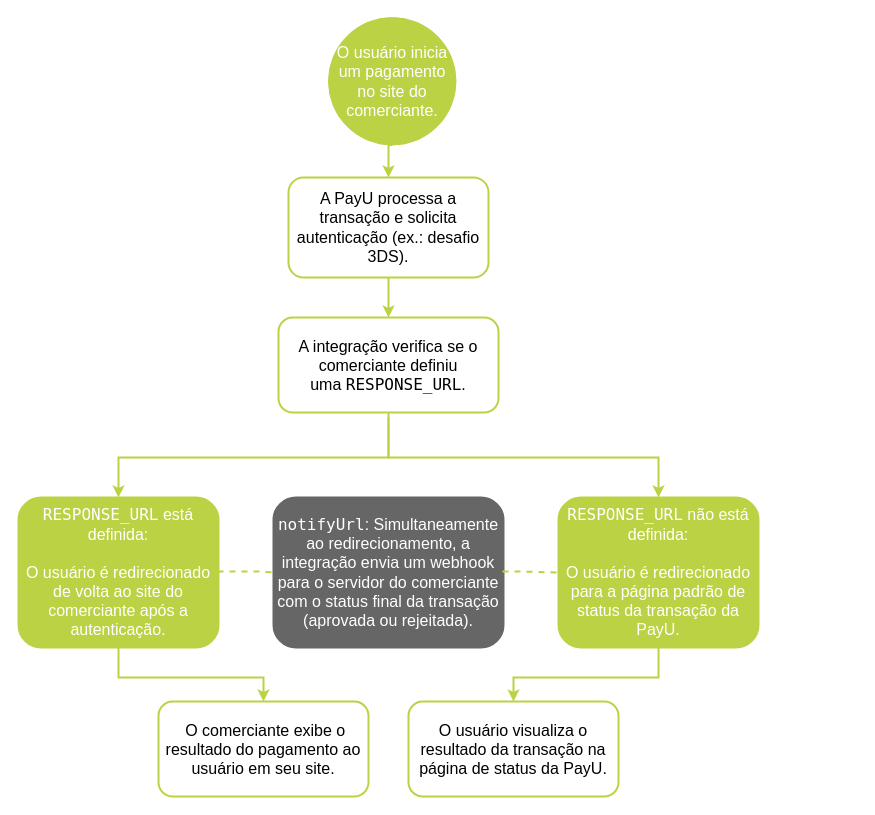
Before: layouts/shortcodes/3dsAuth/3dsflow_pt.drawio in tatianaacostag/DevelopersDoc_site, a draw.io diagram. Source tidied: cells renumbered, new cells numbered last; positions are measured from the earlier drawing's top-left corner, leaving out a move shared by most shapes. Both pictures are drawn from the tidied source at 100%, with x=0, y=0 at pixel (18, 17).
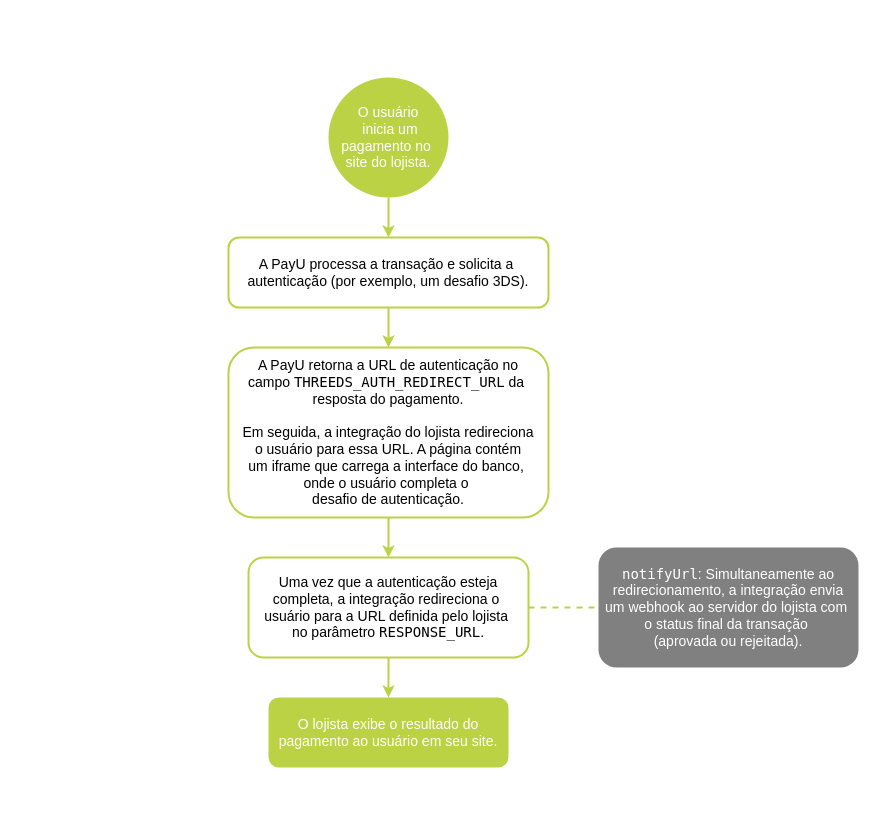
The same diagram, later.

Change to the diagram source:
```diff
@@
-    <mxCell id="2" style="edgeStyle=orthogonalEdgeStyle;rounded=0;jettySize=auto;html=1;exitX=0.5;exitY=1;exitDx=0;exitDy=0;entryX=0.5;entryY=0;entryDx=0;entryDy=0;strokeColor=#BCD245;strokeWidth=2;" parent="1" edge="1" source="7" target="4">
-      <mxGeometry relative="1" as="geometry" />
-    </mxCell>
-    <mxCell id="3" style="edgeStyle=orthogonalEdgeStyle;rounded=0;jettySize=auto;html=1;exitX=0.5;exitY=1;exitDx=0;exitDy=0;entryX=0.5;entryY=0;entryDx=0;entryDy=0;strokeColor=#BCD245;strokeWidth=2;" parent="1" edge="1" source="4" target="5">
-      <mxGeometry relative="1" as="geometry" />
-    </mxCell>
-    <mxCell id="4" value="&lt;font style=&quot;font-size: 16px;&quot;&gt;A PayU processa a transação e solicita autenticação (ex.: desafio 3DS).&lt;/font&gt;" style="rounded=1;whiteSpace=wrap;html=1;strokeColor=#BCD245;strokeWidth=2;" parent="1" vertex="1">
-      <mxGeometry x="270" y="160" width="200" height="100" as="geometry" />
-    </mxCell>
-    <mxCell id="5" value="&lt;font style=&quot;font-size: 16px;&quot;&gt;A integração verifica se o comerciante definiu uma&lt;font style=&quot;&quot; face=&quot;Arial, sans-serif&quot;&gt;&amp;nbsp;&lt;/font&gt;&lt;font style=&quot;&quot; face=&quot;Lucida Console&quot;&gt;RESPONSE_URL&lt;/font&gt;&lt;font style=&quot;&quot; face=&quot;Arial, sans-serif&quot;&gt;.&lt;/font&gt;&lt;/font&gt;" style="rounded=1;whiteSpace=wrap;html=1;strokeColor=#BCD245;strokeWidth=2;" parent="1" vertex="1">
-      <mxGeometry x="260" y="300" width="220" height="95" as="geometry" />
-    </mxCell>
-    <mxCell id="6" style="edgeStyle=orthogonalEdgeStyle;rounded=0;jettySize=auto;html=1;entryX=0.5;entryY=1;entryDx=0;entryDy=0;strokeColor=#BCD245;endArrow=none;endFill=0;strokeWidth=2;exitX=0.5;exitY=0;exitDx=0;exitDy=0;startArrow=classic;startFill=1;" parent="1" edge="1" source="8" target="5">
-      <mxGeometry relative="1" as="geometry">
-        <Array as="points">
-          <mxPoint x="100" y="440" />
-          <mxPoint x="370" y="440" />
-        </Array>
-      </mxGeometry>
-    </mxCell>
-    <mxCell id="7" value="&lt;div&gt;&lt;span style=&quot;background-color: transparent; color: light-dark(rgb(255, 255, 255), rgb(18, 18, 18)); font-size: 16px;&quot;&gt;O usuário inicia um pagamento no site do comerciante.&lt;/span&gt;&lt;/div&gt;" style="ellipse;whiteSpace=wrap;html=1;strokeColor=#BCD245;fillColor=#BCD245;" parent="1" vertex="1">
-      <mxGeometry x="310" width="127.5" height="127.5" as="geometry" />
-    </mxCell>
-    <mxCell id="8" value="&lt;div&gt;&lt;font style=&quot;font-size: 16px;&quot; color=&quot;#ffffff&quot;&gt;&lt;font style=&quot;&quot; face=&quot;Lucida Console&quot;&gt;RESPONSE_URL&lt;/font&gt;&lt;font style=&quot;&quot; face=&quot;Arial, sans-serif&quot;&gt;&amp;nbsp;&lt;/font&gt;&lt;/font&gt;&lt;span style=&quot;background-color: transparent; color: light-dark(rgb(255, 255, 255), rgb(18, 18, 18)); font-family: Arial, sans-serif; font-size: 16px;&quot;&gt;está definida:&lt;/span&gt;&lt;/div&gt;&lt;div&gt;&lt;div&gt;&lt;font style=&quot;font-size: 16px;&quot; color=&quot;#ffffff&quot;&gt;&lt;br style=&quot;font-family: Arial, sans-serif;&quot;&gt;O usuário é redirecionado de volta ao site do comerciante após a autenticação&lt;/font&gt;&lt;span style=&quot;font-family: Arial, sans-serif; color: light-dark(rgb(255, 255, 255), rgb(18, 18, 18)); font-size: 16px; background-color: transparent;&quot;&gt;.&lt;/span&gt;&lt;/div&gt;&lt;/div&gt;" style="rounded=1;whiteSpace=wrap;html=1;strokeColor=#BCD245;strokeWidth=2;fillColor=#BCD245;" parent="1" vertex="1">
-      <mxGeometry y="480" width="200" height="150" as="geometry" />
-    </mxCell>
-    <mxCell id="9" style="edgeStyle=orthogonalEdgeStyle;rounded=0;jettySize=auto;html=1;strokeColor=#BCD245;endArrow=none;endFill=0;strokeWidth=2;exitX=0.5;exitY=0;exitDx=0;exitDy=0;startArrow=classic;startFill=1;" parent="1" edge="1" source="10">
-      <mxGeometry relative="1" as="geometry">
-        <mxPoint x="370" y="400" as="targetPoint" />
-        <Array as="points">
-          <mxPoint x="640" y="440" />
-          <mxPoint x="370" y="440" />
-        </Array>
-      </mxGeometry>
-    </mxCell>
-    <mxCell id="10" value="&lt;div&gt;&lt;font style=&quot;font-size: 16px;&quot; color=&quot;#ffffff&quot;&gt;&lt;font style=&quot;&quot; face=&quot;Lucida Console&quot;&gt;RESPONSE_URL&lt;/font&gt;&lt;font style=&quot;&quot; face=&quot;Arial, sans-serif&quot;&gt;&amp;nbsp;&lt;/font&gt;não está definida&lt;font style=&quot;&quot; face=&quot;Arial, sans-serif&quot;&gt;:&lt;/font&gt;&lt;/font&gt;&lt;div&gt;&lt;font style=&quot;font-size: 16px;&quot; color=&quot;#ffffff&quot;&gt;&lt;br style=&quot;font-family: Arial, sans-serif;&quot;&gt;O usuário é redirecionado para a página padrão de status da transação da PayU&lt;span style=&quot;font-family: Arial, sans-serif;&quot;&gt;.&lt;/span&gt;&lt;/font&gt;&lt;/div&gt;&lt;/div&gt;" style="rounded=1;whiteSpace=wrap;html=1;strokeColor=#BCD245;strokeWidth=2;fillColor=#BCD245;" parent="1" vertex="1">
-      <mxGeometry x="540" y="480" width="200" height="150" as="geometry" />
-    </mxCell>
-    <mxCell id="11" value="&lt;font style=&quot;font-size: 16px;&quot;&gt;&amp;nbsp;O comerciante exibe o resultado do pagamento ao usuário em seu site.&lt;/font&gt;" style="rounded=1;whiteSpace=wrap;html=1;strokeColor=#BCD245;strokeWidth=2;" parent="1" vertex="1">
-      <mxGeometry x="140" y="684" width="210" height="95" as="geometry" />
-    </mxCell>
-    <mxCell id="12" style="edgeStyle=orthogonalEdgeStyle;rounded=0;jettySize=auto;html=1;entryX=0.5;entryY=0;entryDx=0;entryDy=0;strokeColor=#BCD245;strokeWidth=2;exitX=0.5;exitY=1;exitDx=0;exitDy=0;" parent="1" edge="1" source="8" target="11">
-      <mxGeometry relative="1" as="geometry">
-        <Array as="points">
-          <mxPoint x="100" y="660" />
-          <mxPoint x="245" y="660" />
-        </Array>
-      </mxGeometry>
-    </mxCell>
-    <mxCell id="13" value="&lt;font style=&quot;font-size: 16px;&quot;&gt;O usuário visualiza o resultado da transação na página de status da PayU.&lt;/font&gt;" style="rounded=1;whiteSpace=wrap;html=1;strokeColor=#BCD245;strokeWidth=2;" parent="1" vertex="1">
-      <mxGeometry x="390" y="684" width="210" height="95" as="geometry" />
-    </mxCell>
-    <mxCell id="14" style="edgeStyle=orthogonalEdgeStyle;rounded=0;jettySize=auto;html=1;entryX=0.5;entryY=0;entryDx=0;entryDy=0;strokeColor=#BCD245;strokeWidth=2;exitX=0.5;exitY=1;exitDx=0;exitDy=0;" parent="1" edge="1" source="10" target="13">
-      <mxGeometry relative="1" as="geometry">
-        <Array as="points">
-          <mxPoint x="640" y="660" />
-          <mxPoint x="495" y="660" />
-        </Array>
-      </mxGeometry>
-    </mxCell>
-    <mxCell id="15" value="&lt;font style=&quot;font-size: 16px;&quot; color=&quot;#ffffff&quot;&gt;&lt;font style=&quot;&quot; face=&quot;Lucida Console&quot;&gt;notifyUrl&lt;/font&gt;&lt;span style=&quot;font-family: Arial, sans-serif;&quot;&gt;:&lt;/span&gt;&lt;strong style=&quot;font-family: Arial, sans-serif;&quot;&gt; &lt;/strong&gt;&lt;/font&gt;&lt;font style=&quot;font-size: 16px;&quot; color=&quot;#ffffff&quot;&gt;Simultaneamente ao redirecionamento, a integração envia um webhook para o servidor do comerciante com o status final da transação (aprovada ou rejeitada).&lt;/font&gt;" style="rounded=1;whiteSpace=wrap;html=1;strokeColor=#666666;strokeWidth=2;fillColor=#666666;" parent="1" vertex="1">
-      <mxGeometry x="255" y="480" width="230" height="150" as="geometry" />
-    </mxCell>
-    <mxCell id="16" style="edgeStyle=orthogonalEdgeStyle;rounded=0;jettySize=auto;html=1;entryX=0;entryY=0.5;entryDx=0;entryDy=0;strokeColor=#BCD245;endArrow=none;endFill=0;dashed=1;strokeWidth=2;exitX=1;exitY=0.5;exitDx=0;exitDy=0;startArrow=none;startFill=0;" parent="1" edge="1" source="8" target="15">
-      <mxGeometry relative="1" as="geometry">
-        <Array as="points">
-          <mxPoint x="240" y="554" />
-          <mxPoint x="240" y="554" />
-        </Array>
-      </mxGeometry>
-    </mxCell>
-    <mxCell id="17" style="edgeStyle=orthogonalEdgeStyle;rounded=0;jettySize=auto;html=1;strokeColor=#BCD245;endArrow=none;endFill=0;dashed=1;strokeWidth=2;startArrow=none;startFill=0;exitX=1;exitY=0.5;exitDx=0;exitDy=0;entryX=0;entryY=0.5;entryDx=0;entryDy=0;" parent="1" edge="1" source="15" target="10">
-      <mxGeometry relative="1" as="geometry">
-        <Array as="points">
-          <mxPoint x="500" y="554" />
-          <mxPoint x="545" y="554" />
-        </Array>
-      </mxGeometry>
-    </mxCell>
+    <mxCell id="18" style="edgeStyle=orthogonalEdgeStyle;rounded=0;jettySize=auto;html=1;entryX=0.5;entryY=0;entryDx=0;entryDy=0;strokeColor=#BCD245;strokeWidth=2;" parent="1" edge="1" source="19" target="21">
+      <mxGeometry relative="1" as="geometry" />
+    </mxCell>
+    <mxCell id="19" value="&lt;span style=&quot;background-color: transparent; color: light-dark(rgb(255, 255, 255), rgb(18, 18, 18)); font-size: 14px;&quot;&gt;O usuário&lt;/span&gt;&lt;div&gt;&lt;span style=&quot;color: light-dark(rgb(255, 255, 255), rgb(18, 18, 18)); font-size: 14px; background-color: transparent;&quot;&gt;&amp;nbsp;inicia um&lt;/span&gt;&lt;/div&gt;&lt;div&gt;&lt;span style=&quot;color: light-dark(rgb(255, 255, 255), rgb(18, 18, 18)); font-size: 14px; background-color: transparent;&quot;&gt;pagamento no&amp;nbsp;&lt;/span&gt;&lt;/div&gt;&lt;div&gt;&lt;font style=&quot;background-color: transparent; color: light-dark(rgb(0, 0, 0), rgb(255, 255, 255)); font-size: 14px;&quot;&gt;&lt;font style=&quot;color: rgb(255, 255, 255);&quot;&gt;site&amp;nbsp;&lt;/font&gt;&lt;font style=&quot;background-color: transparent; color: rgb(255, 255, 255);&quot;&gt;do lojista&lt;/font&gt;&lt;/font&gt;&lt;font style=&quot;background-color: transparent; color: rgb(255, 255, 255); font-size: 14px;&quot;&gt;.&lt;/font&gt;&lt;/div&gt;" style="ellipse;whiteSpace=wrap;html=1;fillColor=#BCD245;strokeColor=none;" parent="1" vertex="1">
+      <mxGeometry x="310" y="60" width="120" height="120" as="geometry" />
+    </mxCell>
+    <mxCell id="20" style="edgeStyle=orthogonalEdgeStyle;rounded=0;jettySize=auto;html=1;exitX=0.5;exitY=1;exitDx=0;exitDy=0;strokeWidth=2;strokeColor=#BCD245;" parent="1" edge="1" source="21" target="23">
+      <mxGeometry relative="1" as="geometry" />
+    </mxCell>
+    <mxCell id="21" value="&lt;font style=&quot;&quot;&gt;&lt;font style=&quot;font-size: 14px;&quot;&gt;&lt;font style=&quot;&quot;&gt;A PayU processa a transação e solicita a&amp;nbsp;&lt;br&gt;&lt;/font&gt;&lt;span style=&quot;background-color: transparent; color: light-dark(rgb(0, 0, 0), rgb(255, 255, 255));&quot;&gt;autenticação (por exemplo, um desafio 3DS)&lt;/span&gt;.&lt;/font&gt;&lt;/font&gt;" style="rounded=1;whiteSpace=wrap;html=1;strokeColor=#BCD245;strokeWidth=2;" parent="1" vertex="1">
+      <mxGeometry x="210" y="220" width="320" height="70" as="geometry" />
+    </mxCell>
+    <mxCell id="22" style="edgeStyle=orthogonalEdgeStyle;rounded=0;jettySize=auto;html=1;entryX=0.5;entryY=0;entryDx=0;entryDy=0;strokeWidth=2;strokeColor=#BCD245;" parent="1" edge="1" source="23" target="26">
+      <mxGeometry relative="1" as="geometry" />
+    </mxCell>
+    <mxCell id="23" value="&lt;font style=&quot;font-size: 14px;&quot;&gt;A PayU retorna a URL de autenticação no campo&amp;nbsp;&lt;font face=&quot;Lucida Console&quot;&gt;THREEDS_AUTH_REDIRECT_URL&lt;/font&gt;&amp;nbsp;&lt;/font&gt;&lt;span style=&quot;background-color: transparent; color: light-dark(rgb(0, 0, 0), rgb(255, 255, 255)); font-size: 14px;&quot;&gt;da&amp;nbsp;&lt;/span&gt;&lt;div&gt;&lt;div&gt;&lt;font style=&quot;font-size: 14px;&quot;&gt;&lt;span style=&quot;background-color: transparent; color: light-dark(rgb(0, 0, 0), rgb(255, 255, 255));&quot;&gt;resposta do pagamento&lt;/span&gt;&lt;span style=&quot;background-color: transparent; color: light-dark(rgb(0, 0, 0), rgb(255, 255, 255));&quot;&gt;.&lt;/span&gt;&lt;/font&gt;&lt;/div&gt;&lt;div&gt;&lt;span style=&quot;font-size: 14px;&quot;&gt;&lt;br&gt;&lt;/span&gt;&lt;/div&gt;&lt;div&gt;&lt;font style=&quot;font-size: 14px;&quot;&gt;&lt;span style=&quot;background-color: transparent; color: light-dark(rgb(0, 0, 0), rgb(255, 255, 255));&quot;&gt;Em seguida, a integração do lojista redireciona&lt;/span&gt;&lt;/font&gt;&lt;/div&gt;&lt;div&gt;&lt;font style=&quot;font-size: 14px;&quot;&gt;&lt;span style=&quot;background-color: transparent; color: light-dark(rgb(0, 0, 0), rgb(255, 255, 255));&quot;&gt;o usuário para essa URL. A página contém um&amp;nbsp;&lt;/span&gt;&lt;span style=&quot;background-color: transparent; color: light-dark(rgb(0, 0, 0), rgb(255, 255, 255));&quot;&gt;iframe&lt;/span&gt;&lt;span style=&quot;background-color: transparent; color: light-dark(rgb(0, 0, 0), rgb(255, 255, 255));&quot;&gt;&amp;nbsp;&lt;/span&gt;&lt;/font&gt;&lt;span style=&quot;font-size: 14px; background-color: transparent; color: light-dark(rgb(0, 0, 0), rgb(255, 255, 255));&quot;&gt;que carrega a interface do&amp;nbsp;&lt;/span&gt;&lt;span style=&quot;background-color: transparent; color: light-dark(rgb(0, 0, 0), rgb(255, 255, 255)); font-size: 14px;&quot;&gt;banco,&amp;nbsp;&lt;/span&gt;&lt;/div&gt;&lt;div&gt;&lt;span style=&quot;background-color: transparent; color: light-dark(rgb(0, 0, 0), rgb(255, 255, 255)); font-size: 14px;&quot;&gt;onde o usuário completa o&amp;nbsp;&lt;/span&gt;&lt;/div&gt;&lt;div&gt;&lt;span style=&quot;background-color: transparent; color: light-dark(rgb(0, 0, 0), rgb(255, 255, 255)); font-size: 14px;&quot;&gt;desafio de autenticação&lt;/span&gt;&lt;span style=&quot;background-color: transparent; color: light-dark(rgb(0, 0, 0), rgb(255, 255, 255)); font-size: 14px;&quot;&gt;.&lt;/span&gt;&lt;/div&gt;&lt;/div&gt;" style="rounded=1;whiteSpace=wrap;html=1;strokeColor=#BCD245;strokeWidth=2;" parent="1" vertex="1">
+      <mxGeometry x="210" y="330" width="320" height="170" as="geometry" />
+    </mxCell>
+    <mxCell id="24" style="edgeStyle=orthogonalEdgeStyle;rounded=0;jettySize=auto;html=1;exitX=0.5;exitY=1;exitDx=0;exitDy=0;entryX=0.5;entryY=0;entryDx=0;entryDy=0;strokeWidth=2;strokeColor=#BCD245;" parent="1" edge="1" source="26" target="27">
+      <mxGeometry relative="1" as="geometry" />
+    </mxCell>
+    <mxCell id="25" style="edgeStyle=orthogonalEdgeStyle;rounded=0;jettySize=auto;html=1;entryX=0;entryY=0.5;entryDx=0;entryDy=0;strokeWidth=2;strokeColor=#BCD245;dashed=1;endArrow=none;startFill=0;" parent="1" edge="1" source="26" target="28">
+      <mxGeometry relative="1" as="geometry" />
+    </mxCell>
+    <mxCell id="26" value="&lt;div&gt;&lt;font style=&quot;font-size: 14px;&quot;&gt;&lt;span style=&quot;background-color: transparent; color: light-dark(rgb(0, 0, 0), rgb(255, 255, 255));&quot;&gt;Uma vez que a&amp;nbsp;&lt;/span&gt;&lt;span style=&quot;background-color: transparent; color: light-dark(rgb(0, 0, 0), rgb(255, 255, 255));&quot;&gt;autenticação&lt;/span&gt;&lt;span style=&quot;background-color: transparent; color: light-dark(rgb(0, 0, 0), rgb(255, 255, 255));&quot;&gt;&amp;nbsp;esteja completa, a integração redireciona o&amp;nbsp;&lt;/span&gt;&lt;/font&gt;&lt;/div&gt;&lt;div&gt;&lt;font style=&quot;font-size: 14px;&quot;&gt;usuário para a URL definida pelo lojista&amp;nbsp;&lt;/font&gt;&lt;/div&gt;&lt;div&gt;&lt;font style=&quot;font-size: 14px;&quot;&gt;no parâmetro&amp;nbsp;&lt;/font&gt;&lt;font style=&quot;font-size: 14px; background-color: transparent; color: light-dark(rgb(0, 0, 0), rgb(255, 255, 255));&quot; face=&quot;Lucida Console&quot;&gt;RESPONSE_URL&lt;/font&gt;&lt;span style=&quot;font-size: 14px; background-color: transparent; color: light-dark(rgb(0, 0, 0), rgb(255, 255, 255));&quot;&gt;.&lt;/span&gt;&lt;/div&gt;" style="rounded=1;whiteSpace=wrap;html=1;strokeColor=#BCD245;strokeWidth=2;" parent="1" vertex="1">
+      <mxGeometry x="230" y="540" width="280" height="100" as="geometry" />
+    </mxCell>
+    <mxCell id="27" value="&lt;div&gt;&lt;font style=&quot;font-size: 14px;&quot;&gt;&lt;span style=&quot;color: rgb(255, 255, 255); background-color: transparent;&quot;&gt;O lojista exibe o resultado do pagamento ao usuário em seu site&lt;/span&gt;&lt;span style=&quot;color: light-dark(rgb(255, 255, 255), rgb(18, 18, 18)); background-color: transparent;&quot;&gt;.&lt;/span&gt;&lt;/font&gt;&lt;/div&gt;" style="rounded=1;whiteSpace=wrap;html=1;strokeColor=none;strokeWidth=2;fillColor=#BCD245;" parent="1" vertex="1">
+      <mxGeometry x="250" y="680" width="240" height="70" as="geometry" />
+    </mxCell>
+    <mxCell id="28" value="&lt;div&gt;&lt;font style=&quot;font-size: 14px; color: rgb(255, 255, 255);&quot;&gt;&lt;font face=&quot;Lucida Console&quot;&gt;notifyUrl&lt;/font&gt;:&lt;/font&gt;&lt;font style=&quot;color: rgb(255, 255, 255);&quot;&gt;&lt;font style=&quot;font-size: 14px; color: rgb(255, 255, 255);&quot;&gt;&amp;nbsp;&lt;/font&gt;&lt;font style=&quot;font-size: 14px;&quot;&gt;&lt;font style=&quot;&quot;&gt;&lt;font style=&quot;background-color: transparent;&quot;&gt;Simultaneamente&amp;nbsp;&lt;/font&gt;&lt;span style=&quot;background-color: transparent;&quot;&gt;ao redirecionamento, a integração envia um&amp;nbsp;&lt;/span&gt;&lt;span style=&quot;background-color: transparent;&quot;&gt;webhook&lt;/span&gt;&lt;span style=&quot;background-color: transparent;&quot;&gt;&amp;nbsp;ao servidor do lojista com&amp;nbsp;&lt;/span&gt;&lt;/font&gt;&lt;/font&gt;&lt;/font&gt;&lt;/div&gt;&lt;div&gt;&lt;font style=&quot;color: rgb(255, 255, 255);&quot;&gt;&lt;font style=&quot;font-size: 14px;&quot;&gt;&lt;font style=&quot;&quot;&gt;&lt;span style=&quot;background-color: transparent;&quot;&gt;o status final da transação&amp;nbsp;&lt;/span&gt;&lt;/font&gt;&lt;/font&gt;&lt;/font&gt;&lt;/div&gt;&lt;div&gt;&lt;font style=&quot;color: rgb(255, 255, 255);&quot;&gt;&lt;font style=&quot;font-size: 14px;&quot;&gt;&lt;font style=&quot;&quot;&gt;&lt;span style=&quot;background-color: transparent;&quot;&gt;(aprovada ou rejeitada)&lt;/span&gt;&lt;/font&gt;&lt;span style=&quot;background-color: transparent;&quot;&gt;.&lt;/span&gt;&lt;/font&gt;&lt;/font&gt;&lt;/div&gt;" style="rounded=1;whiteSpace=wrap;html=1;strokeColor=none;strokeWidth=2;fillColor=#808080;" parent="1" vertex="1">
+      <mxGeometry x="580" y="530" width="260" height="120" as="geometry" />
+    </mxCell>
```
